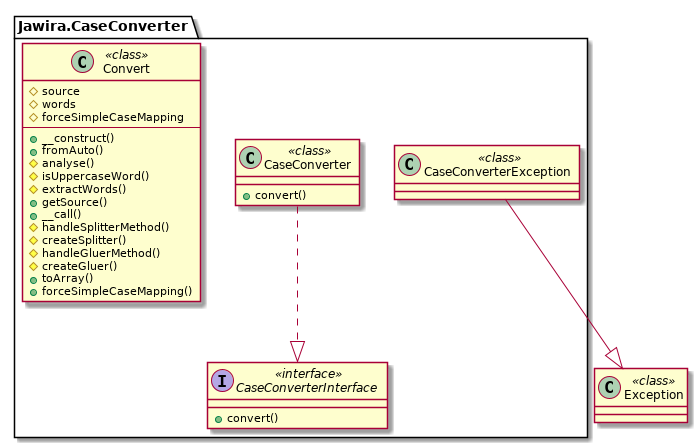
This is images/uml-case-converter.png from knm1/case-converter, a PlantUML export, as it was before one commit.
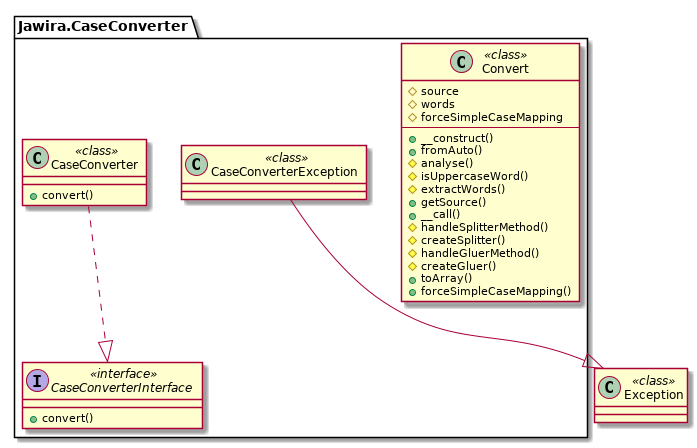
Above is the later version.

Change to the diagram source:
```diff
@@ -1,13 +1,5 @@
 @startuml
 namespace Jawira.CaseConverter  {
-	interface CaseConverterInterface << interface >> {
-		+convert()
-	}
-	class CaseConverter << class >> {
-		+convert()
-	}
-	class CaseConverterException << class >> {
-	}
 	class Convert << class >> {
 		#source
 		#words
@@ -27,6 +19,14 @@
 		+toArray()
 		+forceSimpleCaseMapping()
 	}
+	class CaseConverter << class >> {
+		+convert()
+	}
+	interface CaseConverterInterface << interface >> {
+		+convert()
+	}
+	class CaseConverterException << class >> {
+	}
 }
 	class Exception << class >> {
 	}
```
